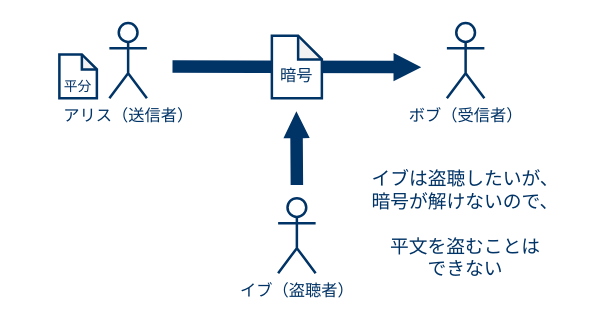
The draw.io diagram img/1-crypto.dio in akakou-doc/pubkey-crypto, before the edit. Source tidied: cells renumbered, new cells numbered last; positions are measured from the earlier drawing's top-left corner, leaving out a move shared by most shapes. Both pictures are drawn from the tidied source at 125%, with x=0, y=0 at pixel (59, 22).
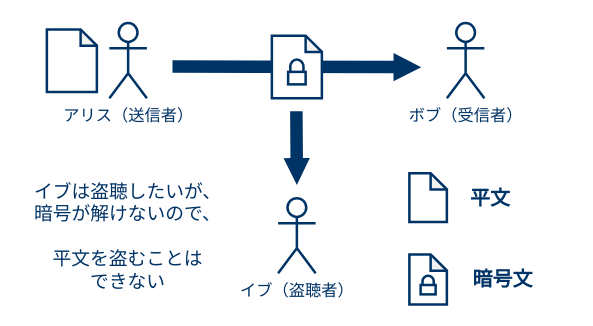
After the change.

Diff of the diagram source:
```diff
@@
 <mxGraphModel>
   <root>
     <mxCell id="0" />
     <mxCell id="1" parent="0" />
     <mxCell id="2" value="&lt;font color=&quot;#003366&quot; style=&quot;font-size: 13px&quot;&gt;アリス（送信者）&lt;/font&gt;" style="shape=umlActor;verticalLabelPosition=bottom;labelBackgroundColor=#ffffff;verticalAlign=top;html=1;strokeColor=#003366;strokeWidth=2;" parent="1" vertex="1">
       <mxGeometry x="40" width="30" height="60" as="geometry" />
     </mxCell>
     <mxCell id="3" value="&lt;font color=&quot;#003366&quot; style=&quot;font-size: 13px&quot;&gt;ボブ（受信者）&lt;/font&gt;" style="shape=umlActor;verticalLabelPosition=bottom;labelBackgroundColor=#ffffff;verticalAlign=top;html=1;strokeColor=#003366;strokeWidth=2;" parent="1" vertex="1">
       <mxGeometry x="310" width="30" height="60" as="geometry" />
     </mxCell>
     <mxCell id="4" value="&lt;font color=&quot;#003366&quot; style=&quot;font-size: 13px&quot;&gt;イブ（盗聴者）&lt;/font&gt;" style="shape=umlActor;verticalLabelPosition=bottom;labelBackgroundColor=#ffffff;verticalAlign=top;html=1;strokeColor=#003366;strokeWidth=2;" parent="1" vertex="1">
       <mxGeometry x="175" y="140" width="30" height="60" as="geometry" />
     </mxCell>
     <mxCell id="5" style="shape=flexArrow;endArrow=classic;html=1;endWidth=11.666666666666668;endSize=7.0583333333333345;fillColor=#003366;strokeColor=none;" parent="1" edge="1">
       <mxGeometry relative="1" as="geometry">
         <mxPoint x="90" y="34.7" as="sourcePoint" />
         <mxPoint x="290" y="35.2" as="targetPoint" />
       </mxGeometry>
     </mxCell>
     <mxCell id="6" style="shape=flexArrow;endArrow=classic;html=1;endWidth=10;endSize=6.85;fillColor=#003366;strokeColor=none;" parent="1" edge="1">
       <mxGeometry relative="1" as="geometry">
-        <mxPoint x="190" y="130" as="sourcePoint" />
-        <mxPoint x="189.6" y="70" as="targetPoint" />
+        <mxPoint x="189.6" y="70" as="sourcePoint" />
+        <mxPoint x="190" y="130" as="targetPoint" />
       </mxGeometry>
     </mxCell>
-    <mxCell id="7" value="&lt;font color=&quot;#003366&quot;&gt;&lt;br&gt;&lt;font style=&quot;font-size: 13px&quot;&gt;暗号&lt;/font&gt;&lt;/font&gt;" style="shape=note;whiteSpace=wrap;html=1;backgroundOutline=1;darkOpacity=0.05;size=19;gradientColor=none;fillColor=#FFFFFF;strokeColor=#003366;strokeWidth=2;" parent="1" vertex="1">
+    <mxCell id="7" value="&lt;font color=&quot;#003366&quot;&gt;&lt;br&gt;&lt;/font&gt;" style="shape=note;whiteSpace=wrap;html=1;backgroundOutline=1;darkOpacity=0.05;size=13;gradientColor=none;fillColor=#FFFFFF;strokeColor=#003366;strokeWidth=2;" parent="1" vertex="1">
       <mxGeometry x="170" y="10" width="40" height="50" as="geometry" />
     </mxCell>
     <mxCell id="8" value="&lt;font color=&quot;#003366&quot; style=&quot;font-size: 15px&quot;&gt;イブは盗聴したいが、&lt;br&gt;暗号が解けないので、&lt;br&gt;&lt;br&gt;平文を盗むことは&lt;br&gt;できない&lt;/font&gt;" style="text;html=1;strokeColor=none;fillColor=none;align=center;verticalAlign=middle;whiteSpace=wrap;rounded=0;" parent="1" vertex="1">
-      <mxGeometry x="240" y="110" width="170" height="100" as="geometry" />
+      <mxGeometry x="-30" y="120" width="170" height="100" as="geometry" />
     </mxCell>
-    <mxCell id="9" value="&lt;font color=&quot;#003366&quot;&gt;&lt;br&gt;&lt;font style=&quot;font-size: 11px&quot;&gt;平分&lt;/font&gt;&lt;br&gt;&lt;/font&gt;" style="shape=note;whiteSpace=wrap;html=1;backgroundOutline=1;darkOpacity=0.05;size=12;gradientColor=none;fillColor=#FFFFFF;strokeColor=#003366;strokeWidth=2;" parent="1" vertex="1">
-      <mxGeometry y="25" width="30" height="35" as="geometry" />
-    </mxCell>
+    <mxCell id="10" value="&lt;font color=&quot;#003366&quot;&gt;&lt;br&gt;&lt;/font&gt;" style="shape=note;whiteSpace=wrap;html=1;backgroundOutline=1;darkOpacity=0.05;size=13;gradientColor=none;fillColor=#FFFFFF;strokeColor=#003366;strokeWidth=2;" parent="1" vertex="1">
+      <mxGeometry x="-10" y="5" width="40" height="50" as="geometry" />
+    </mxCell>
+    <mxCell id="11" style="html=1;verticalLabelPosition=bottom;align=center;labelBackgroundColor=#ffffff;verticalAlign=top;strokeWidth=2;strokeColor=#003366;shadow=0;dashed=0;shape=mxgraph.ios7.icons.locked;" parent="1" vertex="1">
+      <mxGeometry x="183" y="29" width="14" height="20" as="geometry" />
+    </mxCell>
+    <mxCell id="12" value="&lt;font color=&quot;#003366&quot;&gt;&lt;span style=&quot;font-size: 16px&quot;&gt;&lt;b&gt;平文&lt;/b&gt;&lt;/span&gt;&lt;/font&gt;" style="text;html=1;strokeColor=none;fillColor=none;align=center;verticalAlign=middle;whiteSpace=wrap;rounded=0;dashed=1;" parent="1" vertex="1">
+      <mxGeometry x="310" y="122.5" width="70" height="34" as="geometry" />
+    </mxCell>
+    <mxCell id="13" value="&lt;font color=&quot;#003366&quot;&gt;&lt;span style=&quot;font-size: 16px&quot;&gt;&lt;b&gt;暗号文&lt;/b&gt;&lt;/span&gt;&lt;/font&gt;" style="text;html=1;strokeColor=none;fillColor=none;align=center;verticalAlign=middle;whiteSpace=wrap;rounded=0;dashed=1;" parent="1" vertex="1">
+      <mxGeometry x="320" y="188" width="70" height="34" as="geometry" />
+    </mxCell>
+    <mxCell id="14" value="&lt;font color=&quot;#003366&quot;&gt;&lt;br&gt;&lt;/font&gt;" style="shape=note;whiteSpace=wrap;html=1;backgroundOutline=1;darkOpacity=0.05;size=13;gradientColor=none;fillColor=#FFFFFF;strokeColor=#003366;strokeWidth=2;" parent="1" vertex="1">
+      <mxGeometry x="280" y="120" width="30" height="39" as="geometry" />
+    </mxCell>
+    <mxCell id="15" value="&lt;font color=&quot;#003366&quot;&gt;&lt;br&gt;&lt;/font&gt;" style="shape=note;whiteSpace=wrap;html=1;backgroundOutline=1;darkOpacity=0.05;size=13;gradientColor=none;fillColor=#FFFFFF;strokeColor=#003366;strokeWidth=2;" parent="1" vertex="1">
+      <mxGeometry x="280" y="185" width="30" height="40" as="geometry" />
+    </mxCell>
+    <mxCell id="16" style="html=1;verticalLabelPosition=bottom;align=center;labelBackgroundColor=#ffffff;verticalAlign=top;strokeWidth=2;strokeColor=#003366;shadow=0;dashed=0;shape=mxgraph.ios7.icons.locked;" parent="1" vertex="1">
+      <mxGeometry x="289" y="202" width="12" height="15" as="geometry" />
+    </mxCell>
   </root>
 </mxGraphModel>
```
